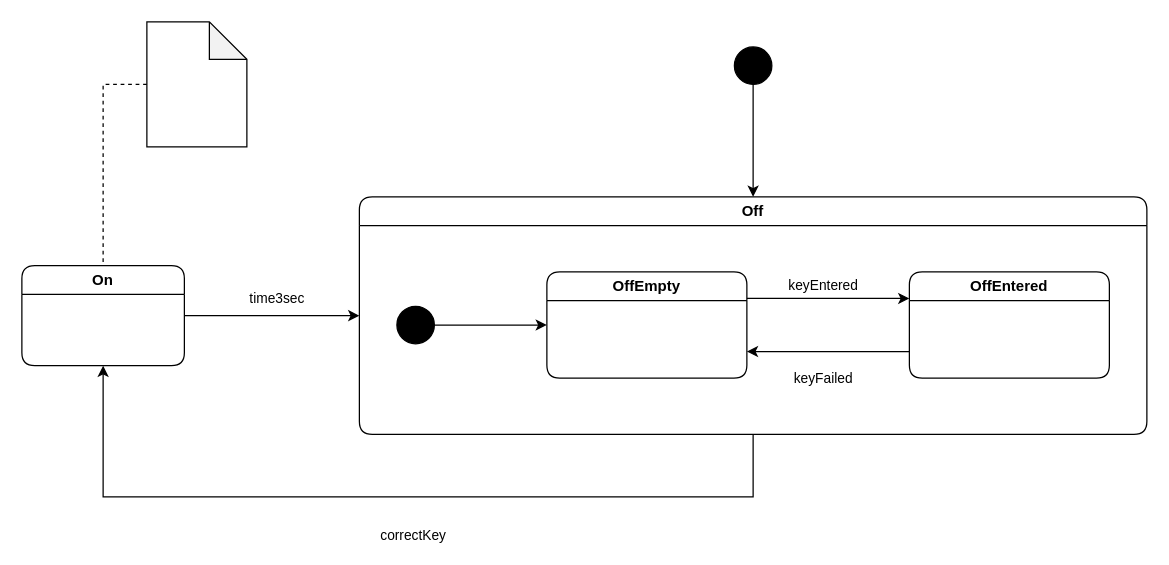
Above: sample/arduino_lesson/lesson11_composite/keypad_easy.drawio in sato22/Sm2Go (draw.io), before the change. Source tidied: cells renumbered, new cells numbered last; positions are measured from the earlier drawing's top-left corner, leaving out a move shared by most shapes. Both pictures are drawn from the tidied source at 125%, with x=0, y=0 at pixel (21, 21).
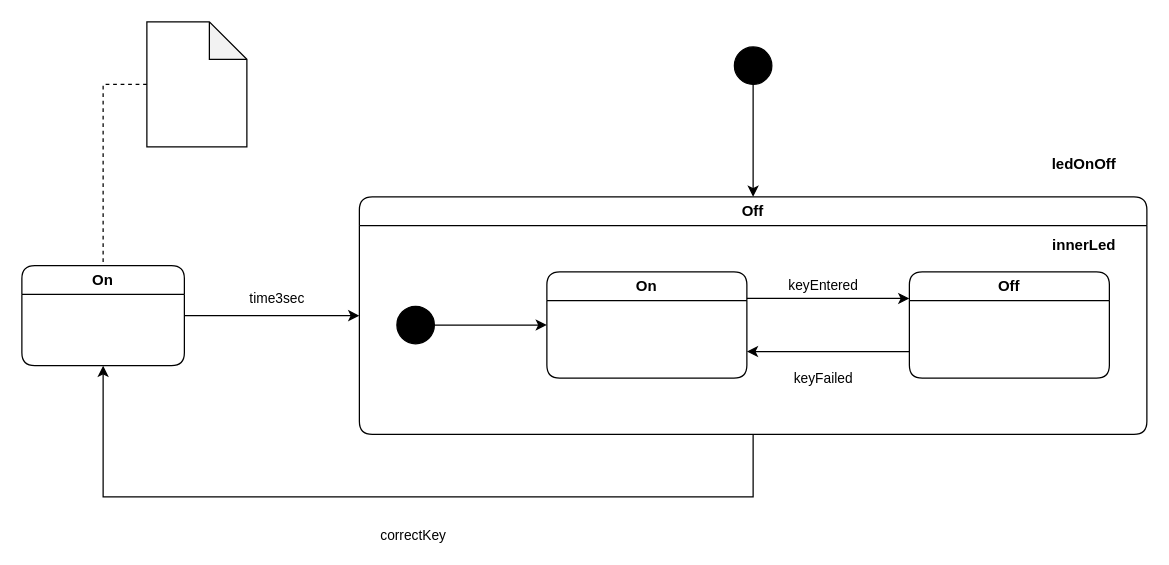
Above is the later version.

The change refers to these unchanged cells:
```xml
<mxCell id="9" value="Off" style="swimlane;rounded=1;whiteSpace=wrap;html=1;glass=0;sketch=0;startSize=23;" parent="1" vertex="1">
  <mxGeometry x="270" y="140" width="630" height="190" as="geometry" />
</mxCell>
```

Change to the diagram source:
```diff
@@
-    <mxCell id="10" value="OffEntered" style="swimlane;rounded=1;whiteSpace=wrap;html=1;glass=0;sketch=0;startSize=23;" parent="9" vertex="1">
+    <mxCell id="10" value="Off" style="swimlane;rounded=1;whiteSpace=wrap;html=1;glass=0;sketch=0;startSize=23;" parent="9" vertex="1">
       <mxGeometry x="440" y="60" width="160" height="85" as="geometry" />
     </mxCell>
-    <mxCell id="11" value="OffEmpty" style="swimlane;rounded=1;whiteSpace=wrap;html=1;glass=0;sketch=0;startSize=23;" parent="9" vertex="1">
+    <mxCell id="11" value="On" style="swimlane;rounded=1;whiteSpace=wrap;html=1;glass=0;sketch=0;startSize=23;" parent="9" vertex="1">
       <mxGeometry x="150" y="60" width="160" height="85" as="geometry" />
     </mxCell>
@@
+    <mxCell id="20" value="innerLed" style="text;align=center;fontStyle=1;verticalAlign=middle;spacingLeft=3;spacingRight=3;strokeColor=none;" parent="9" vertex="1">
+      <mxGeometry x="540" y="25" width="80" height="26" as="geometry" />
+    </mxCell>
@@
+    <mxCell id="21" value="ledOnOff" style="text;align=center;fontStyle=1;verticalAlign=middle;spacingLeft=3;spacingRight=3;strokeColor=none;" parent="1" vertex="1">
+      <mxGeometry x="810" y="100" width="80" height="26" as="geometry" />
+    </mxCell>
```
